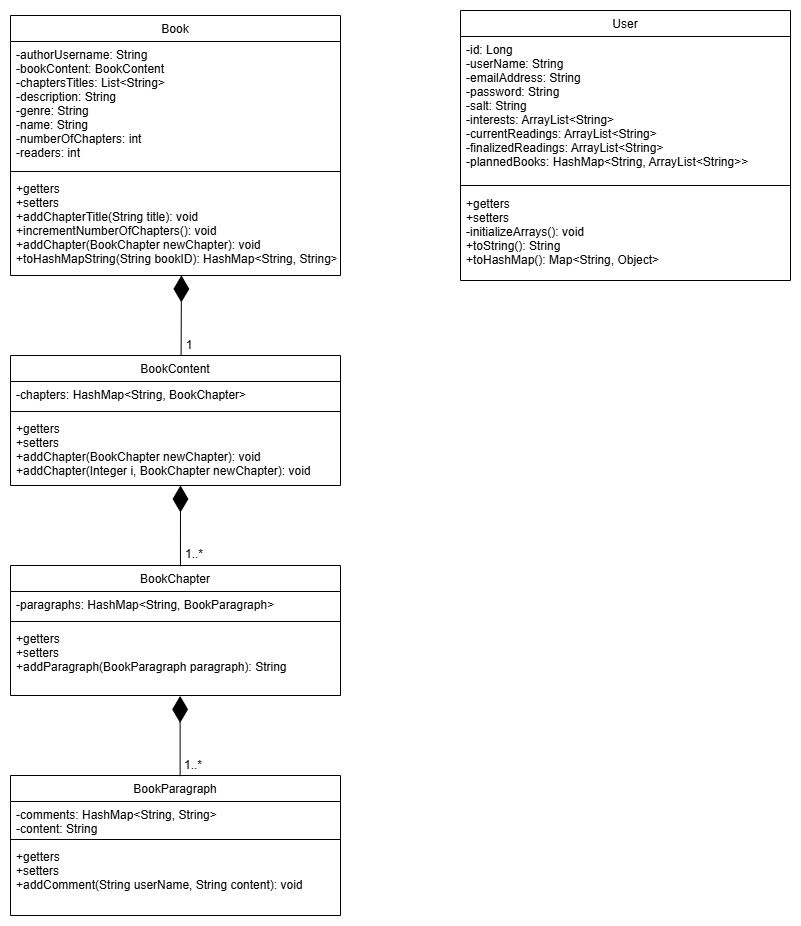
The draw.io diagram wireframe/class_diagram.drawio.png in Bianca517/reading-app, before a commit. Source tidied: cells renumbered, new cells last; positions are measured from the earlier drawing's top-left corner, leaving out a move shared by most shapes. Its diagram source:
```xml
<mxGraphModel>
  <root>
    <mxCell id="0" />
    <mxCell id="1" parent="0" />
    <mxCell id="2" value="Book" style="swimlane;fontStyle=0;align=center;verticalAlign=top;horizontal=1;startSize=26;rounded=0;shadow=0;strokeWidth=1;" parent="1" vertex="1">
      <mxGeometry y="5" width="330" height="260" as="geometry" />
    </mxCell>
    <mxCell id="3" value="-authorUsername: String&#10;-bookContent: BookContent&#10;-chaptersTitles: List&lt;String&gt;&#10;-description: String&#10;-genre: String&#10;-name: String&#10;-numberOfChapters: int&#10;-readers: int" style="text;align=left;verticalAlign=top;spacingLeft=4;spacingRight=4;overflow=hidden;" parent="2" vertex="1">
      <mxGeometry y="26" width="330" height="126" as="geometry" />
    </mxCell>
    <mxCell id="4" style="line;html=1;strokeWidth=1;align=left;verticalAlign=middle;spacingTop=-1;spacingLeft=3;spacingRight=3;labelPosition=right;" parent="2" vertex="1">
      <mxGeometry y="152" width="330" height="8" as="geometry" />
    </mxCell>
    <mxCell id="5" value="+getters&#10;+setters&#10;+addChapterTitle(String title): void &#10;+incrementNumberOfChapters(): void &#10;+addChapter(BookChapter newChapter): void &#10;+toHashMapString(String bookID): HashMap&lt;String, String&gt; " style="text;align=left;verticalAlign=top;spacingLeft=4;spacingRight=4;overflow=hidden;points=[[0,0.5],[1,0.5]];portConstraint=eastwest;" parent="2" vertex="1">
      <mxGeometry y="160" width="330" height="100" as="geometry" />
    </mxCell>
    <mxCell id="6" value="BookParagraph" style="swimlane;fontStyle=0;align=center;verticalAlign=top;horizontal=1;startSize=26;rounded=0;shadow=0;strokeWidth=1;" parent="1" vertex="1">
      <mxGeometry y="765" width="330" height="140" as="geometry" />
    </mxCell>
    <mxCell id="7" value="-comments: HashMap&lt;String, String&gt; &#10;-content: String" style="text;align=left;verticalAlign=top;spacingLeft=4;spacingRight=4;overflow=hidden;rounded=0;shadow=0;html=0;" parent="6" vertex="1">
      <mxGeometry y="26" width="330" height="34" as="geometry" />
    </mxCell>
    <mxCell id="8" style="line;html=1;strokeWidth=1;align=left;verticalAlign=middle;spacingTop=-1;spacingLeft=3;spacingRight=3;labelPosition=right;" parent="6" vertex="1">
      <mxGeometry y="60" width="330" height="8" as="geometry" />
    </mxCell>
    <mxCell id="9" value="+getters&#10;+setters&#10;+addComment(String userName, String content): void&#10;" style="text;align=left;verticalAlign=top;spacingLeft=4;spacingRight=4;overflow=hidden;" parent="6" vertex="1">
      <mxGeometry y="68" width="330" height="52" as="geometry" />
    </mxCell>
    <mxCell id="10" value="BookChapter" style="swimlane;fontStyle=0;align=center;verticalAlign=top;horizontal=1;startSize=26;rounded=0;shadow=0;strokeWidth=1;" parent="1" vertex="1">
      <mxGeometry y="555" width="330" height="130" as="geometry" />
    </mxCell>
    <mxCell id="11" value="-paragraphs: HashMap&lt;String, BookParagraph&gt;" style="text;align=left;verticalAlign=top;spacingLeft=4;spacingRight=4;overflow=hidden;" parent="10" vertex="1">
      <mxGeometry y="26" width="330" height="26" as="geometry" />
    </mxCell>
    <mxCell id="12" style="line;html=1;strokeWidth=1;align=left;verticalAlign=middle;spacingTop=-1;spacingLeft=3;spacingRight=3;labelPosition=right;" parent="10" vertex="1">
      <mxGeometry y="52" width="330" height="8" as="geometry" />
    </mxCell>
    <mxCell id="13" value="+getters&#10;+setters&#10;+addParagraph(BookParagraph paragraph): String &#10;" style="text;align=left;verticalAlign=top;spacingLeft=4;spacingRight=4;overflow=hidden;points=[[0,0.5],[1,0.5]];portConstraint=eastwest;" parent="10" vertex="1">
      <mxGeometry y="60" width="330" height="70" as="geometry" />
    </mxCell>
    <mxCell id="14" value="BookContent" style="swimlane;fontStyle=0;align=center;verticalAlign=top;horizontal=1;startSize=26;rounded=0;shadow=0;strokeWidth=1;" parent="1" vertex="1">
      <mxGeometry y="345" width="330" height="130" as="geometry" />
    </mxCell>
    <mxCell id="15" value="-chapters: HashMap&lt;String, BookChapter&gt;" style="text;align=left;verticalAlign=top;spacingLeft=4;spacingRight=4;overflow=hidden;rounded=0;shadow=0;html=0;" parent="14" vertex="1">
      <mxGeometry y="26" width="330" height="26" as="geometry" />
    </mxCell>
    <mxCell id="16" style="line;html=1;strokeWidth=1;align=left;verticalAlign=middle;spacingTop=-1;spacingLeft=3;spacingRight=3;labelPosition=right;" parent="14" vertex="1">
      <mxGeometry y="52" width="330" height="8" as="geometry" />
    </mxCell>
    <mxCell id="17" value="+getters&#10;+setters&#10;+addChapter(BookChapter newChapter): void&#10;+addChapter(Integer i, BookChapter newChapter): void  " style="text;align=left;verticalAlign=top;spacingLeft=4;spacingRight=4;overflow=hidden;" parent="14" vertex="1">
      <mxGeometry y="60" width="330" height="70" as="geometry" />
    </mxCell>
    <mxCell id="18" style="endArrow=diamondThin;endFill=1;endSize=24;html=1;rounded=0;entryX=0.518;entryY=0.999;entryDx=0;entryDy=0;entryPerimeter=0;exitX=0.517;exitY=0.001;exitDx=0;exitDy=0;exitPerimeter=0;" parent="1" edge="1" source="14" target="5">
      <mxGeometry relative="1" as="geometry" />
    </mxCell>
    <mxCell id="19" style="endArrow=diamondThin;endFill=1;endSize=24;html=1;rounded=0;entryX=0.518;entryY=0.999;entryDx=0;entryDy=0;entryPerimeter=0;exitX=0.515;exitY=0.005;exitDx=0;exitDy=0;exitPerimeter=0;" parent="1" edge="1" source="10">
      <mxGeometry relative="1" as="geometry">
        <mxPoint x="170" y="475" as="targetPoint" />
      </mxGeometry>
    </mxCell>
    <mxCell id="20" style="endArrow=diamondThin;endFill=1;endSize=24;html=1;rounded=0;entryX=0.514;entryY=1.006;entryDx=0;entryDy=0;entryPerimeter=0;exitX=0.514;exitY=0.005;exitDx=0;exitDy=0;exitPerimeter=0;" parent="1" edge="1" source="6" target="13">
      <mxGeometry relative="1" as="geometry" />
    </mxCell>
    <mxCell id="21" value="1" style="text;html=1;align=center;verticalAlign=middle;whiteSpace=wrap;rounded=0;" parent="1" vertex="1">
      <mxGeometry x="149" y="320" width="60" height="30" as="geometry" />
    </mxCell>
    <mxCell id="22" value="1..*" style="text;html=1;align=center;verticalAlign=middle;whiteSpace=wrap;rounded=0;" parent="1" vertex="1">
      <mxGeometry x="154" y="529" width="60" height="30" as="geometry" />
    </mxCell>
    <mxCell id="23" value="1..*" style="text;html=1;align=center;verticalAlign=middle;whiteSpace=wrap;rounded=0;" parent="1" vertex="1">
      <mxGeometry x="153" y="740" width="60" height="30" as="geometry" />
    </mxCell>
    <mxCell id="24" value="User" style="swimlane;fontStyle=0;align=center;verticalAlign=top;horizontal=1;startSize=26;rounded=0;shadow=0;strokeWidth=1;" parent="1" vertex="1">
      <mxGeometry x="450" width="330" height="270" as="geometry" />
    </mxCell>
    <mxCell id="25" value="-id: Long&#10;-userName: String&#10;-emailAddress: String&#10;-password: String&#10;-salt: String&#10;-interests: ArrayList&lt;String&gt; &#10;-currentReadings: ArrayList&lt;String&gt; &#10;-finalizedReadings: ArrayList&lt;String&gt; &#10;-plannedBooks: HashMap&lt;String, ArrayList&lt;String&gt;&gt; " style="text;align=left;verticalAlign=top;spacingLeft=4;spacingRight=4;overflow=hidden;rounded=0;shadow=0;html=0;" parent="24" vertex="1">
      <mxGeometry y="26" width="330" height="144" as="geometry" />
    </mxCell>
    <mxCell id="26" style="line;html=1;strokeWidth=1;align=left;verticalAlign=middle;spacingTop=-1;spacingLeft=3;spacingRight=3;labelPosition=right;" parent="24" vertex="1">
      <mxGeometry y="170" width="330" height="10" as="geometry" />
    </mxCell>
    <mxCell id="27" value="+getters&#10;+setters&#10;-initializeArrays(): void&#10;+toString(): String&#10;+toHashMap(): Map&lt;String, Object&gt;   " style="text;align=left;verticalAlign=top;spacingLeft=4;spacingRight=4;overflow=hidden;" parent="24" vertex="1">
      <mxGeometry y="180" width="330" height="80" as="geometry" />
    </mxCell>
  </root>
</mxGraphModel>
```
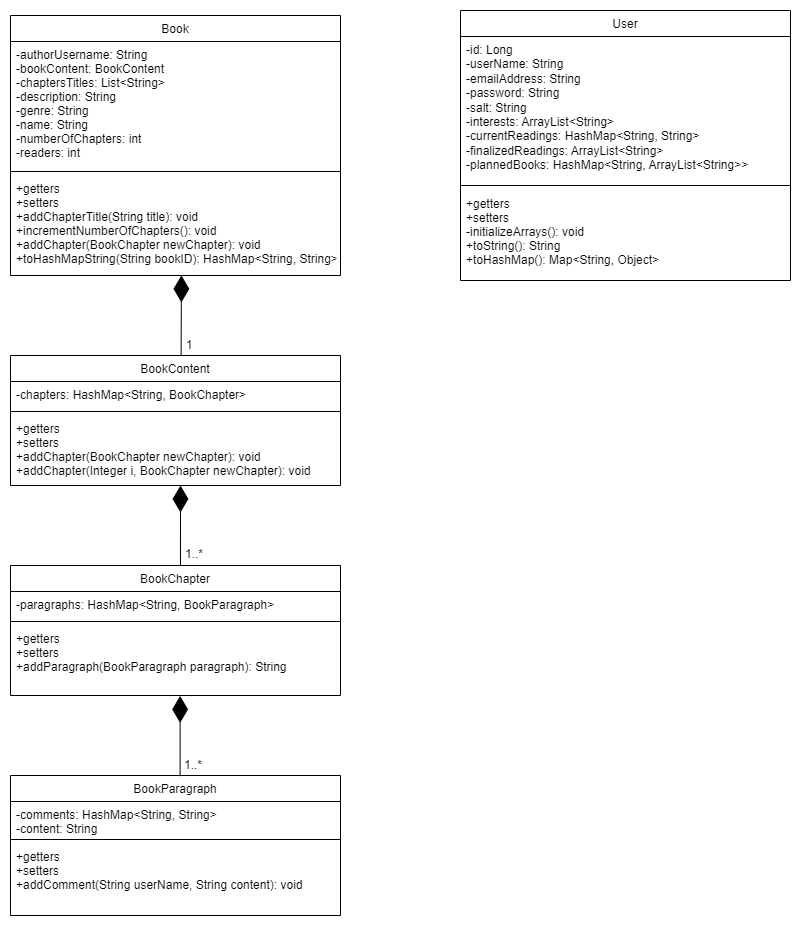
Above is the later version.

Commit message:
modified use case and class diagram to reflect latest changes

The edit, as a diff of the source:
```diff
@@ -73,7 +73,7 @@
     <mxCell id="24" value="User" style="swimlane;fontStyle=0;align=center;verticalAlign=top;horizontal=1;startSize=26;rounded=0;shadow=0;strokeWidth=1;" parent="1" vertex="1">
       <mxGeometry x="450" width="330" height="270" as="geometry" />
     </mxCell>
-    <mxCell id="25" value="-id: Long&#10;-userName: String&#10;-emailAddress: String&#10;-password: String&#10;-salt: String&#10;-interests: ArrayList&lt;String&gt; &#10;-currentReadings: ArrayList&lt;String&gt; &#10;-finalizedReadings: ArrayList&lt;String&gt; &#10;-plannedBooks: HashMap&lt;String, ArrayList&lt;String&gt;&gt; " style="text;align=left;verticalAlign=top;spacingLeft=4;spacingRight=4;overflow=hidden;rounded=0;shadow=0;html=0;" parent="24" vertex="1">
+    <mxCell id="25" value="-id: Long&lt;br&gt;-userName: String&lt;br&gt;-emailAddress: String&lt;br&gt;-password: String&lt;br&gt;-salt: String&lt;br&gt;-interests: ArrayList&amp;lt;String&amp;gt;&amp;nbsp;&lt;br&gt;-currentReadings:&amp;nbsp;HashMap&amp;lt;String, String&amp;gt; &lt;br&gt;-finalizedReadings: ArrayList&amp;lt;String&amp;gt;&amp;nbsp;&lt;br&gt;-plannedBooks: HashMap&amp;lt;String, ArrayList&amp;lt;String&amp;gt;&amp;gt;&amp;nbsp;" style="text;align=left;verticalAlign=top;spacingLeft=4;spacingRight=4;overflow=hidden;rounded=0;shadow=0;html=1;" parent="24" vertex="1">
       <mxGeometry y="26" width="330" height="144" as="geometry" />
     </mxCell>
     <mxCell id="26" style="line;html=1;strokeWidth=1;align=left;verticalAlign=middle;spacingTop=-1;spacingLeft=3;spacingRight=3;labelPosition=right;" parent="24" vertex="1">
```
